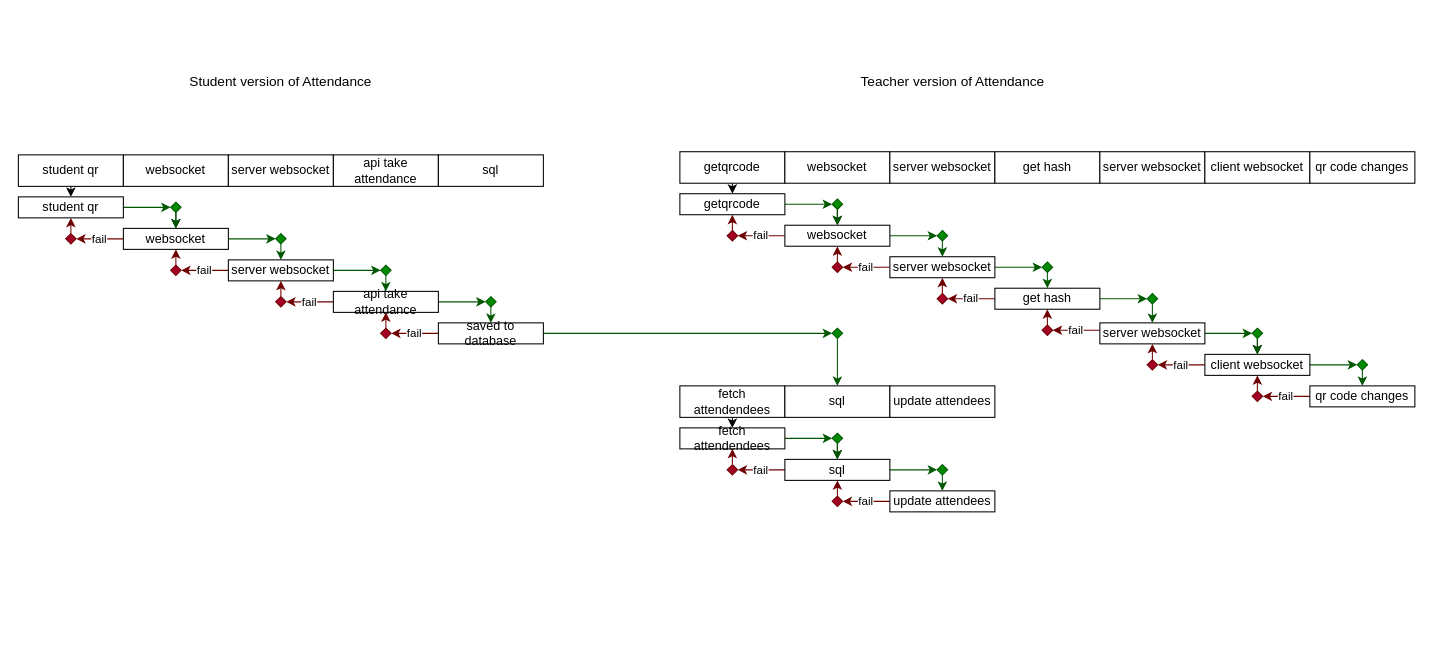
Above: extra/attendancetakingchart.drawio in Krugou/JakSurveillance (draw.io), before the change. Source tidied: cells renumbered, new cells numbered last; positions are measured from the earlier drawing's top-left corner, leaving out a move shared by most shapes. Both pictures are drawn from the tidied source at 105%, with x=0, y=0 at pixel (18, 18).
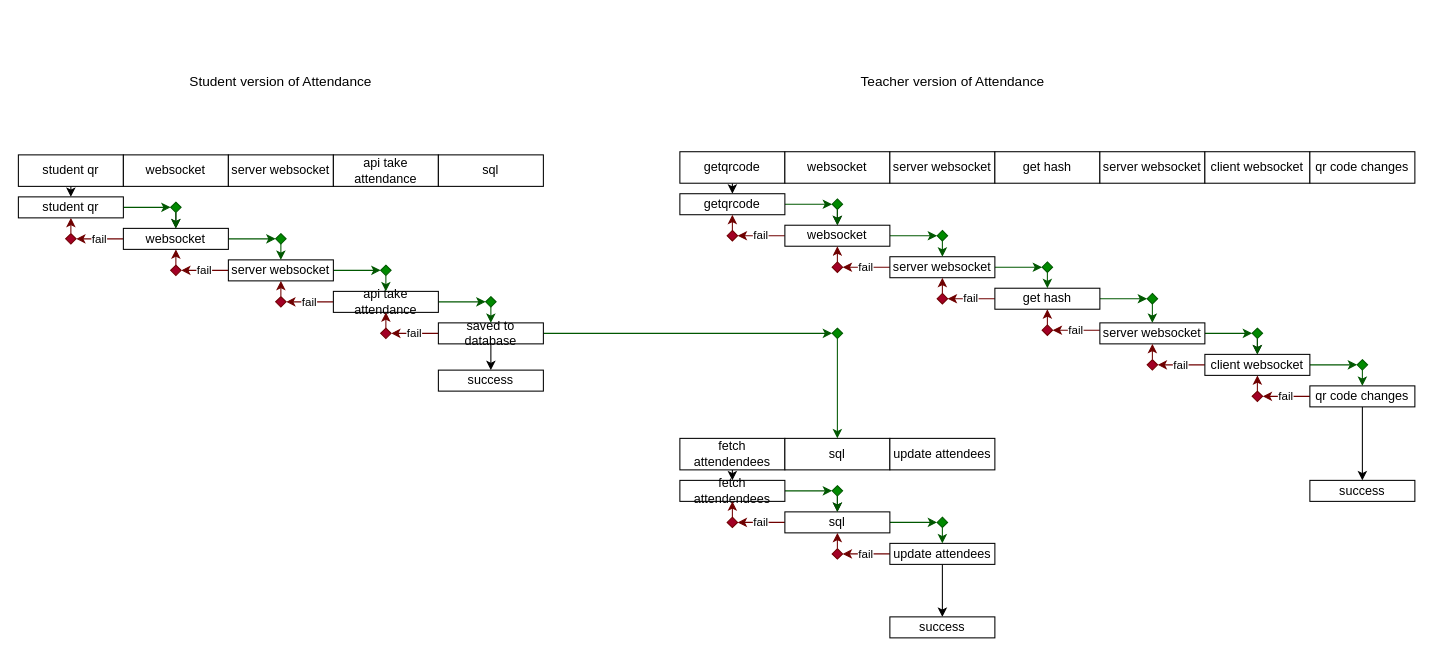
Above is the later version.

Unchanged cells that the change refers to:
```xml
<mxCell id="21" value="saved to database" style="rounded=0;whiteSpace=wrap;html=1;" parent="1" vertex="1">
  <mxGeometry x="400" y="290" width="100" height="20" as="geometry" />
</mxCell>
<mxCell id="106" value="qr code changes" style="rounded=0;whiteSpace=wrap;html=1;" parent="1" vertex="1">
  <mxGeometry x="1230" y="350" width="100" height="20" as="geometry" />
</mxCell>
```

What changed in the source:
```diff
@@
+    <mxCell id="116" style="edgeStyle=none;html=1;" parent="1" edge="1" source="21" target="121">
+      <mxGeometry relative="1" as="geometry" />
+    </mxCell>
@@
     <mxCell id="79" value="fetch attendendees" style="rounded=0;whiteSpace=wrap;html=1;" parent="1" vertex="1">
-      <mxGeometry x="630" y="350" width="100" height="30" as="geometry" />
+      <mxGeometry x="630" y="400" width="100" height="30" as="geometry" />
     </mxCell>
     <mxCell id="80" value="sql" style="rounded=0;whiteSpace=wrap;html=1;" parent="1" vertex="1">
-      <mxGeometry x="730" y="350" width="100" height="30" as="geometry" />
+      <mxGeometry x="730" y="400" width="100" height="30" as="geometry" />
     </mxCell>
@@
     <mxCell id="82" value="fetch attendendees" style="rounded=0;whiteSpace=wrap;html=1;" parent="1" vertex="1">
-      <mxGeometry x="630" y="390" width="100" height="20" as="geometry" />
+      <mxGeometry x="630" y="440" width="100" height="20" as="geometry" />
     </mxCell>
@@
     <mxCell id="85" value="sql" style="rounded=0;whiteSpace=wrap;html=1;" parent="1" vertex="1">
-      <mxGeometry x="730" y="420" width="100" height="20" as="geometry" />
+      <mxGeometry x="730" y="470" width="100" height="20" as="geometry" />
     </mxCell>
@@
+    <mxCell id="117" style="edgeStyle=none;html=1;" parent="1" edge="1" source="87">
+      <mxGeometry relative="1" as="geometry">
+        <mxPoint x="880" y="570" as="targetPoint" />
+      </mxGeometry>
+    </mxCell>
     <mxCell id="87" value="update attendees" style="rounded=0;whiteSpace=wrap;html=1;" parent="1" vertex="1">
-      <mxGeometry x="830" y="450" width="100" height="20" as="geometry" />
+      <mxGeometry x="830" y="500" width="100" height="20" as="geometry" />
     </mxCell>
@@
     <mxCell id="90" style="rhombus;whiteSpace=wrap;html=1;fillColor=#008a00;fontColor=#ffffff;strokeColor=#005700;" parent="1" vertex="1">
-      <mxGeometry x="775" y="395" width="10" height="10" as="geometry" />
+      <mxGeometry x="775" y="445" width="10" height="10" as="geometry" />
     </mxCell>
@@
     <mxCell id="92" style="rhombus;whiteSpace=wrap;html=1;fillColor=#008a00;fontColor=#ffffff;strokeColor=#005700;" parent="1" vertex="1">
-      <mxGeometry x="875" y="425" width="10" height="10" as="geometry" />
+      <mxGeometry x="875" y="475" width="10" height="10" as="geometry" />
     </mxCell>
@@
     <mxCell id="94" style="rhombus;whiteSpace=wrap;html=1;fillColor=#a20025;fontColor=#ffffff;strokeColor=#6F0000;" parent="1" vertex="1">
-      <mxGeometry x="675" y="425" width="10" height="10" as="geometry" />
+      <mxGeometry x="675" y="475" width="10" height="10" as="geometry" />
     </mxCell>
@@
     <mxCell id="96" style="rhombus;whiteSpace=wrap;html=1;fillColor=#a20025;fontColor=#ffffff;strokeColor=#6F0000;" parent="1" vertex="1">
-      <mxGeometry x="775" y="455" width="10" height="10" as="geometry" />
+      <mxGeometry x="775" y="505" width="10" height="10" as="geometry" />
     </mxCell>
     <mxCell id="97" value="update attendees" style="rounded=0;whiteSpace=wrap;html=1;" parent="1" vertex="1">
-      <mxGeometry x="830" y="350" width="100" height="30" as="geometry" />
+      <mxGeometry x="830" y="400" width="100" height="30" as="geometry" />
     </mxCell>
@@
+    <mxCell id="118" style="edgeStyle=none;html=1;" parent="1" edge="1" source="106">
+      <mxGeometry relative="1" as="geometry">
+        <mxPoint x="1280" y="440" as="targetPoint" />
+      </mxGeometry>
+    </mxCell>
@@
+    <mxCell id="119" value="success" style="rounded=0;whiteSpace=wrap;html=1;" parent="1" vertex="1">
+      <mxGeometry x="830" y="570" width="100" height="20" as="geometry" />
+    </mxCell>
+    <mxCell id="120" value="success" style="rounded=0;whiteSpace=wrap;html=1;" parent="1" vertex="1">
+      <mxGeometry x="1230" y="440" width="100" height="20" as="geometry" />
+    </mxCell>
+    <mxCell id="121" value="success" style="rounded=0;whiteSpace=wrap;html=1;" parent="1" vertex="1">
+      <mxGeometry x="400" y="335" width="100" height="20" as="geometry" />
+    </mxCell>
```
